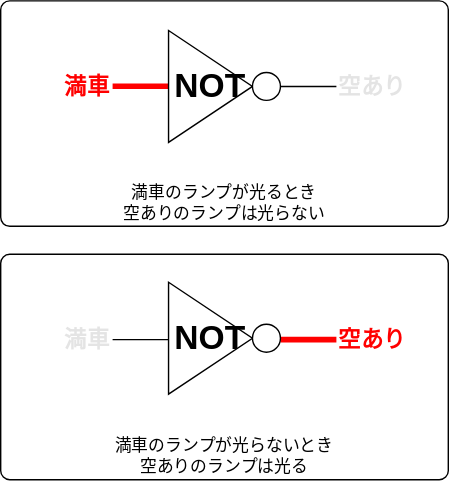
This is h30-informatics1/3-programming-a/images/circuits/not-eg.drawio.svg from Pro-ktmr/informatics-open-textbook, a draw.io export, as it was before one commit. Source tidied: cells renumbered, new cells last; positions are measured from the earlier drawing's top-left corner, leaving out a move shared by most shapes.
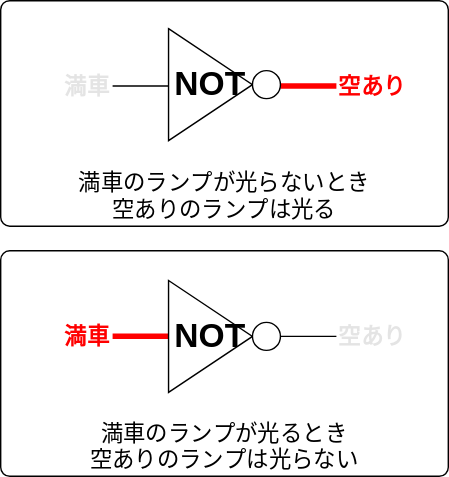
The same diagram one commit later.

What changed in the source:
```diff
@@ -2,10 +2,10 @@
   <root>
     <mxCell id="0" />
     <mxCell id="1" parent="0" />
-    <mxCell id="2" value="&lt;span style=&quot;color: rgb(0, 0, 0);&quot;&gt;満車のランプが光らないとき&lt;/span&gt;&lt;br&gt;&lt;span style=&quot;color: rgb(0, 0, 0);&quot;&gt;空ありのランプは光る&lt;/span&gt;" style="rounded=1;whiteSpace=wrap;html=1;arcSize=4;verticalAlign=bottom;" parent="1" vertex="1">
-      <mxGeometry y="181" width="320" height="161.2" as="geometry" />
+    <mxCell id="2" value="&lt;span style=&quot;color: rgb(0, 0, 0);&quot;&gt;満車のランプが光らないとき&lt;/span&gt;&lt;br&gt;&lt;span style=&quot;color: rgb(0, 0, 0);&quot;&gt;空ありのランプは光る&lt;/span&gt;" style="rounded=1;whiteSpace=wrap;html=1;arcSize=4;verticalAlign=bottom;fontSize=16;" parent="1" vertex="1">
+      <mxGeometry y="-179" width="320" height="161.2" as="geometry" />
     </mxCell>
-    <mxCell id="3" value="満車のランプが光るとき&lt;br&gt;空ありのランプは光らない" style="rounded=1;whiteSpace=wrap;html=1;arcSize=4;verticalAlign=bottom;" parent="1" vertex="1">
+    <mxCell id="3" value="満車のランプが光るとき&lt;br&gt;空ありのランプは光らない" style="rounded=1;whiteSpace=wrap;html=1;arcSize=4;verticalAlign=bottom;fontSize=16;" parent="1" vertex="1">
       <mxGeometry y="-0.2" width="320" height="161.2" as="geometry" />
     </mxCell>
     <mxCell id="4" style="endArrow=none;html=1;entryX=0;entryY=0.25;entryDx=0;entryDy=0;entryPerimeter=0;strokeWidth=4;strokeColor=#FF0000;" parent="1" edge="1">
@@ -24,12 +24,12 @@
     </mxCell>
     <mxCell id="7" style="endArrow=none;html=1;strokeWidth=4;strokeColor=#FF0000;" parent="1" edge="1">
       <mxGeometry relative="1" as="geometry">
-        <mxPoint x="200" y="242" as="sourcePoint" />
-        <mxPoint x="240" y="242" as="targetPoint" />
+        <mxPoint x="200" y="-118" as="sourcePoint" />
+        <mxPoint x="240" y="-118" as="targetPoint" />
       </mxGeometry>
     </mxCell>
     <mxCell id="8" value="&lt;b&gt;&lt;font style=&quot;color: rgb(255, 0, 0);&quot;&gt;空あり&lt;/font&gt;&lt;/b&gt;" style="text;html=1;align=left;verticalAlign=middle;whiteSpace=wrap;rounded=0;fontSize=16;fontColor=#FF0000;" parent="1" vertex="1">
-      <mxGeometry x="240" y="222.2" width="80" height="40" as="geometry" />
+      <mxGeometry x="240" y="-137.8" width="80" height="40" as="geometry" />
     </mxCell>
     <mxCell id="9" style="group;" parent="1" vertex="1">
       <mxGeometry x="120" y="21" width="80" height="80" as="geometry" />
@@ -44,7 +44,7 @@
       <mxGeometry y="41" width="80" height="40" as="geometry" />
     </mxCell>
     <mxCell id="13" style="group;" parent="1" vertex="1">
-      <mxGeometry x="120" y="201" width="80" height="80" as="geometry" />
+      <mxGeometry x="120" y="-159" width="80" height="80" as="geometry" />
     </mxCell>
     <mxCell id="14" value="&lt;b&gt;NOT&lt;/b&gt;" style="triangle;whiteSpace=wrap;html=1;fontSize=24;" parent="13" vertex="1">
       <mxGeometry width="60" height="80" as="geometry" />
@@ -53,12 +53,12 @@
       <mxGeometry x="60" y="30" width="20" height="20" as="geometry" />
     </mxCell>
     <mxCell id="16" value="&lt;b&gt;満車&lt;/b&gt;" style="text;html=1;align=right;verticalAlign=middle;whiteSpace=wrap;rounded=0;fontSize=16;textOpacity=10;" parent="1" vertex="1">
-      <mxGeometry y="222.2" width="80" height="40" as="geometry" />
+      <mxGeometry y="-137.8" width="80" height="40" as="geometry" />
     </mxCell>
     <mxCell id="17" style="endArrow=none;html=1;" parent="1" edge="1">
       <mxGeometry relative="1" as="geometry">
-        <mxPoint x="80" y="242" as="sourcePoint" />
-        <mxPoint x="120" y="242" as="targetPoint" />
+        <mxPoint x="80" y="-118" as="sourcePoint" />
+        <mxPoint x="120" y="-118" as="targetPoint" />
       </mxGeometry>
     </mxCell>
   </root>
```
